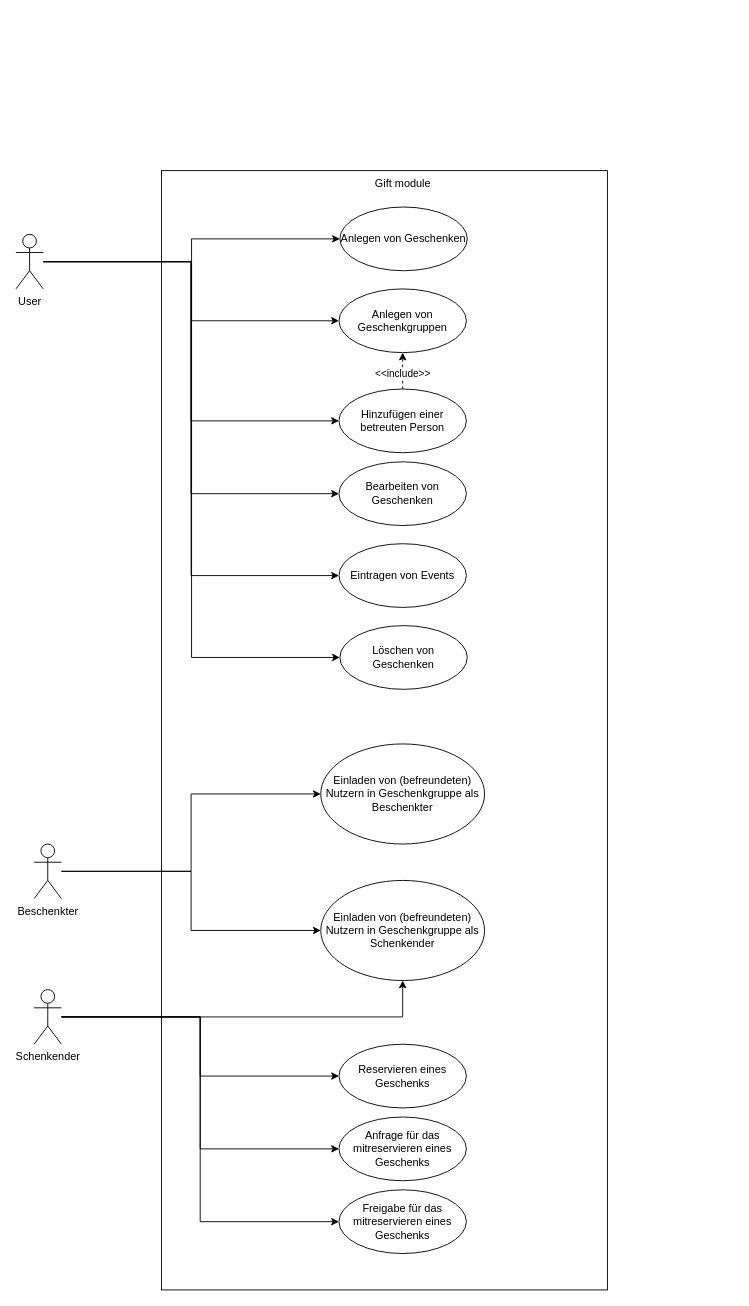
Earlier version of the draw.io diagram drawio_diagrams/drawio_files/gifts_usecase.drawio (Ethanil/gifts). Source tidied: cells renumbered, new cells numbered last; positions are measured from the earlier drawing's top-left corner, leaving out a move shared by most shapes. Both pictures are drawn from the tidied source at 91%, with x=0, y=0 at pixel (15, 170).
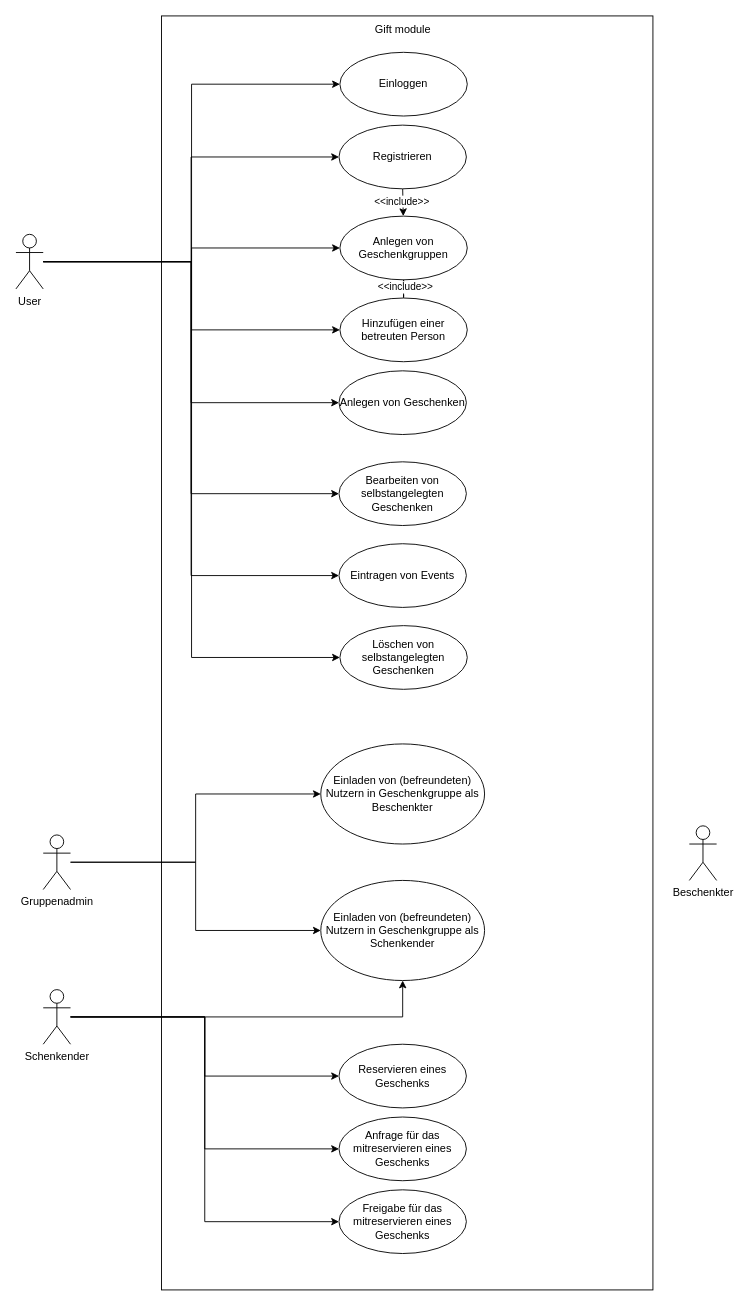
Above is the later version.

Unchanged cells that the change refers to:
```xml
<mxCell id="16" value="User" style="shape=umlActor;verticalLabelPosition=bottom;verticalAlign=top;html=1;outlineConnect=0;" parent="1" vertex="1">
  <mxGeometry y="70" width="30" height="60" as="geometry" />
</mxCell>
<mxCell id="22" value="Einladen von (befreundeten) Nutzern in Geschenkgruppe als Beschenkter" style="ellipse;whiteSpace=wrap;html=1;" parent="1" vertex="1">
  <mxGeometry x="335" y="630" width="180" height="110" as="geometry" />
</mxCell>
<mxCell id="23" value="Einladen von (befreundeten) Nutzern in Geschenkgruppe als Schenkender" style="ellipse;whiteSpace=wrap;html=1;" parent="1" vertex="1">
  <mxGeometry x="335" y="780" width="180" height="110" as="geometry" />
</mxCell>
```

Diff of the diagram source:
```diff
@@
     <mxCell id="2" style="rounded=0;whiteSpace=wrap;html=1;" parent="1" vertex="1">
-      <mxGeometry x="160" width="490" height="1230" as="geometry" />
+      <mxGeometry x="160" y="-170" width="540" height="1400" as="geometry" />
     </mxCell>
@@
     <mxCell id="7" value="Schenkender" style="shape=umlActor;verticalLabelPosition=bottom;verticalAlign=top;html=1;outlineConnect=0;" parent="1" vertex="1">
-      <mxGeometry x="20" y="900" width="30" height="60" as="geometry" />
+      <mxGeometry x="30" y="900" width="30" height="60" as="geometry" />
     </mxCell>
-    <mxCell id="8" style="edgeStyle=orthogonalEdgeStyle;rounded=0;jettySize=auto;html=1;" parent="1" edge="1" source="10" target="22">
-      <mxGeometry relative="1" as="geometry" />
-    </mxCell>
-    <mxCell id="9" style="edgeStyle=orthogonalEdgeStyle;rounded=0;jettySize=auto;html=1;entryX=0;entryY=0.5;entryDx=0;entryDy=0;" parent="1" edge="1" source="10" target="23">
-      <mxGeometry relative="1" as="geometry" />
-    </mxCell>
     <mxCell id="10" value="Beschenkter" style="shape=umlActor;verticalLabelPosition=bottom;verticalAlign=top;html=1;outlineConnect=0;" parent="1" vertex="1">
-      <mxGeometry x="20" y="740" width="30" height="60" as="geometry" />
+      <mxGeometry x="740" y="720" width="30" height="60" as="geometry" />
     </mxCell>
@@
+    <mxCell id="32" style="edgeStyle=orthogonalEdgeStyle;html=1;entryX=0;entryY=0.5;entryDx=0;entryDy=0;rounded=0;" parent="1" edge="1" source="16" target="36">
+      <mxGeometry relative="1" as="geometry" />
+    </mxCell>
+    <mxCell id="33" style="edgeStyle=orthogonalEdgeStyle;rounded=0;html=1;entryX=0;entryY=0.5;entryDx=0;entryDy=0;" parent="1" edge="1" source="16" target="37">
+      <mxGeometry relative="1" as="geometry" />
+    </mxCell>
@@
     <mxCell id="18" value="Gift module" style="text;html=1;align=center;verticalAlign=middle;strokeColor=none;fillColor=none;" parent="1" vertex="1">
-      <mxGeometry x="380" width="90" height="30" as="geometry" />
+      <mxGeometry x="380" y="-170" width="90" height="30" as="geometry" />
     </mxCell>
     <mxCell id="19" value="Anlegen von Geschenken" style="ellipse;whiteSpace=wrap;html=1;" parent="1" vertex="1">
-      <mxGeometry x="356" y="40" width="140" height="70" as="geometry" />
+      <mxGeometry x="355" y="220" width="140" height="70" as="geometry" />
     </mxCell>
     <mxCell id="20" value="Anlegen von Geschenkgruppen" style="ellipse;whiteSpace=wrap;html=1;" parent="1" vertex="1">
-      <mxGeometry x="355" y="130" width="140" height="70" as="geometry" />
+      <mxGeometry x="356" y="50" width="140" height="70" as="geometry" />
     </mxCell>
-    <mxCell id="21" value="Bearbeiten von Geschenken" style="ellipse;whiteSpace=wrap;html=1;" parent="1" vertex="1">
+    <mxCell id="21" value="Bearbeiten von selbstangelegten Geschenken" style="ellipse;whiteSpace=wrap;html=1;" parent="1" vertex="1">
       <mxGeometry x="355" y="320" width="140" height="70" as="geometry" />
     </mxCell>
@@
     <mxCell id="29" value="Hinzufügen einer betreuten Person" style="ellipse;whiteSpace=wrap;html=1;" parent="1" vertex="1">
-      <mxGeometry x="355" y="240" width="140" height="70" as="geometry" />
+      <mxGeometry x="356" y="140" width="140" height="70" as="geometry" />
     </mxCell>
@@
-    <mxCell id="31" value="Löschen von Geschenken" style="ellipse;whiteSpace=wrap;html=1;" parent="1" vertex="1">
+    <mxCell id="31" value="Löschen von selbstangelegten Geschenken" style="ellipse;whiteSpace=wrap;html=1;" parent="1" vertex="1">
       <mxGeometry x="356" y="500" width="140" height="70" as="geometry" />
     </mxCell>
+    <mxCell id="34" style="edgeStyle=none;html=1;dashed=1;dashPattern=8 8;" parent="1" edge="1" source="36" target="20">
+      <mxGeometry relative="1" as="geometry" />
+    </mxCell>
+    <mxCell id="35" value="&amp;lt;&amp;lt;include&amp;gt;&amp;gt;" style="edgeLabel;html=1;align=center;verticalAlign=middle;" parent="34" vertex="1">
+      <mxGeometry x="0.54" relative="1" as="geometry">
+        <mxPoint x="-2" y="-9" as="offset" />
+      </mxGeometry>
+    </mxCell>
+    <mxCell id="36" value="Registrieren" style="ellipse;whiteSpace=wrap;html=1;" parent="1" vertex="1">
+      <mxGeometry x="355" y="-50" width="140" height="70" as="geometry" />
+    </mxCell>
+    <mxCell id="37" value="Einloggen" style="ellipse;whiteSpace=wrap;html=1;" parent="1" vertex="1">
+      <mxGeometry x="356" y="-130" width="140" height="70" as="geometry" />
+    </mxCell>
+    <mxCell id="38" style="edgeStyle=orthogonalEdgeStyle;rounded=0;html=1;entryX=0;entryY=0.5;entryDx=0;entryDy=0;" parent="1" edge="1" source="40" target="22">
+      <mxGeometry relative="1" as="geometry" />
+    </mxCell>
+    <mxCell id="39" style="edgeStyle=orthogonalEdgeStyle;rounded=0;html=1;entryX=0;entryY=0.5;entryDx=0;entryDy=0;" parent="1" edge="1" source="40" target="23">
+      <mxGeometry relative="1" as="geometry" />
+    </mxCell>
+    <mxCell id="40" value="Gruppenadmin" style="shape=umlActor;verticalLabelPosition=bottom;verticalAlign=top;html=1;" parent="1" vertex="1">
+      <mxGeometry x="30" y="730" width="30" height="60" as="geometry" />
+    </mxCell>
```
